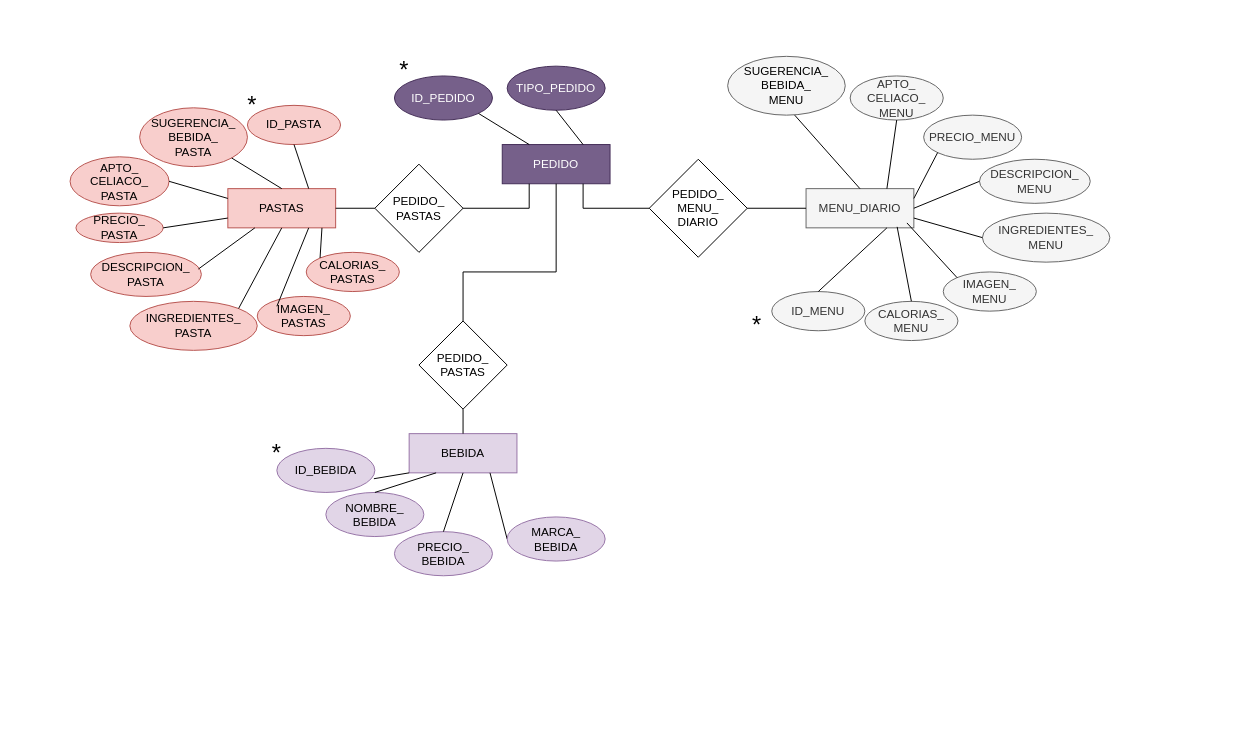
Earlier version of the draw.io diagram parcial.drawio (hachazo/db-Tp1). Source tidied: cells renumbered, new cells numbered last; positions are measured from the earlier drawing's top-left corner, leaving out a move shared by most shapes. Both pictures are drawn from the tidied source at 98%, with x=0, y=0 at pixel (70, 56).
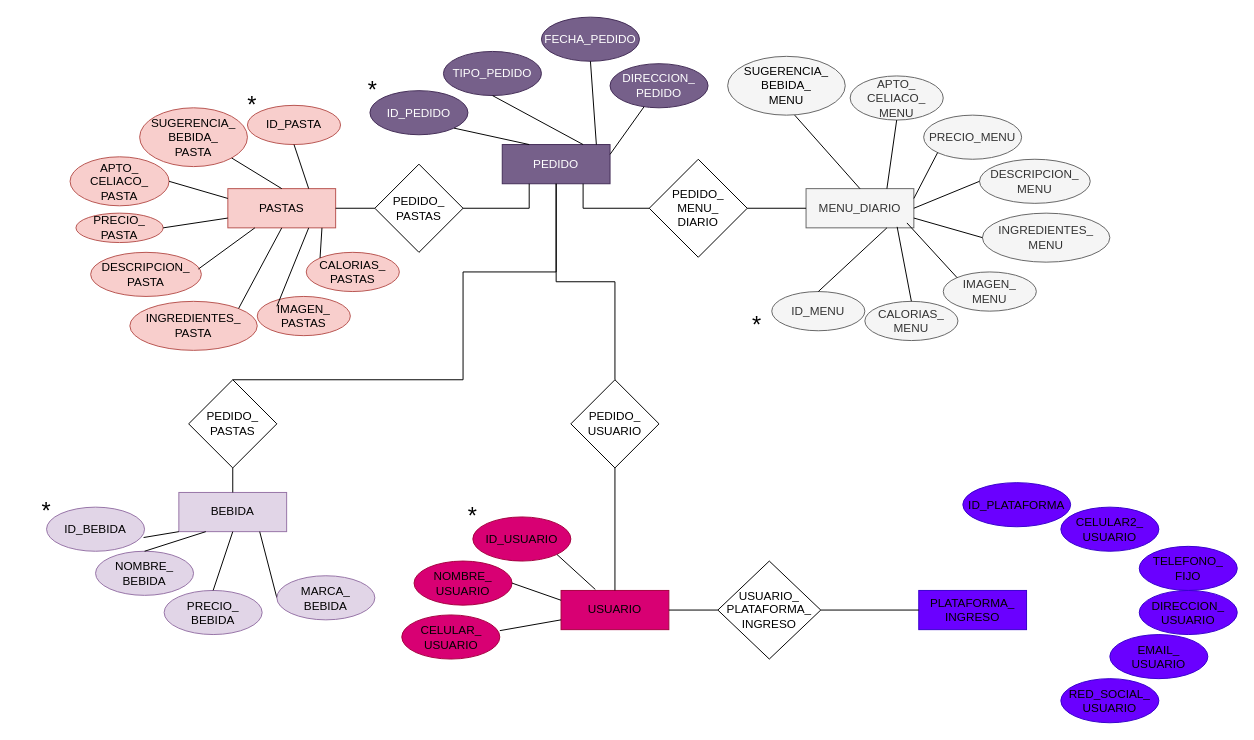
The same diagram, later.

Unchanged cells that the change refers to:
```xml
<mxCell id="2" value="PEDIDO" style="rounded=0;whiteSpace=wrap;html=1;fillColor=#76608a;fontColor=#ffffff;strokeColor=#432D57;" parent="1" vertex="1">
  <mxGeometry x="441" y="90" width="110" height="40" as="geometry" />
</mxCell>
```

The edit, as a diff of the source:
```diff
@@
     <mxCell id="3" value="ID_PEDIDO" style="ellipse;whiteSpace=wrap;html=1;fillColor=#76608a;fontColor=#ffffff;strokeColor=#432D57;" parent="1" vertex="1">
-      <mxGeometry x="331" y="20" width="100" height="45" as="geometry" />
+      <mxGeometry x="306" y="35" width="100" height="45" as="geometry" />
     </mxCell>
     <mxCell id="4" value="&lt;font style=&quot;font-size: 24px;&quot;&gt;*&lt;/font&gt;" style="text;html=1;align=center;verticalAlign=middle;whiteSpace=wrap;rounded=0;" parent="1" vertex="1">
-      <mxGeometry x="311" width="60" height="30" as="geometry" />
+      <mxGeometry x="278.5" y="20" width="60" height="30" as="geometry" />
     </mxCell>
@@
     <mxCell id="6" value="TIPO_PEDIDO" style="ellipse;whiteSpace=wrap;html=1;fillColor=#76608a;fontColor=#ffffff;strokeColor=#432D57;" parent="1" vertex="1">
-      <mxGeometry x="446" y="10" width="100" height="45" as="geometry" />
+      <mxGeometry x="381" y="-5" width="100" height="45" as="geometry" />
     </mxCell>
@@
     <mxCell id="28" value="PEDIDO_&lt;div&gt;PASTAS&lt;/div&gt;" style="rhombus;whiteSpace=wrap;html=1;" parent="1" vertex="1">
-      <mxGeometry x="356" y="270" width="90" height="90" as="geometry" />
+      <mxGeometry x="121" y="330" width="90" height="90" as="geometry" />
     </mxCell>
@@
     <mxCell id="32" value="&lt;font color=&quot;#000000&quot;&gt;ID_BEBIDA&lt;/font&gt;" style="ellipse;whiteSpace=wrap;html=1;fillColor=#e1d5e7;strokeColor=#9673a6;" parent="1" vertex="1">
-      <mxGeometry x="211" y="400" width="100" height="45" as="geometry" />
+      <mxGeometry x="-24" y="460" width="100" height="45" as="geometry" />
     </mxCell>
@@
     <mxCell id="34" value="&lt;font color=&quot;#000000&quot;&gt;BEBIDA&lt;/font&gt;" style="rounded=0;whiteSpace=wrap;html=1;fillColor=#e1d5e7;strokeColor=#9673a6;" parent="1" vertex="1">
-      <mxGeometry x="346" y="385" width="110" height="40" as="geometry" />
+      <mxGeometry x="111" y="445" width="110" height="40" as="geometry" />
     </mxCell>
@@
     <mxCell id="37" value="&lt;font style=&quot;font-size: 24px;&quot;&gt;*&lt;/font&gt;" style="text;html=1;align=center;verticalAlign=middle;whiteSpace=wrap;rounded=0;" parent="1" vertex="1">
-      <mxGeometry x="181" y="390" width="60" height="30" as="geometry" />
+      <mxGeometry x="-54" y="450" width="60" height="30" as="geometry" />
     </mxCell>
     <mxCell id="38" value="&lt;font color=&quot;#000000&quot;&gt;NOMBRE_&lt;/font&gt;&lt;div&gt;&lt;font color=&quot;#000000&quot;&gt;BEBIDA&lt;/font&gt;&lt;/div&gt;" style="ellipse;whiteSpace=wrap;html=1;fillColor=#e1d5e7;strokeColor=#9673a6;" parent="1" vertex="1">
-      <mxGeometry x="261" y="445" width="100" height="45" as="geometry" />
+      <mxGeometry x="26" y="505" width="100" height="45" as="geometry" />
     </mxCell>
     <mxCell id="39" value="&lt;font color=&quot;#000000&quot;&gt;PRECIO_&lt;/font&gt;&lt;div&gt;&lt;font color=&quot;#000000&quot;&gt;BEBIDA&lt;/font&gt;&lt;/div&gt;" style="ellipse;whiteSpace=wrap;html=1;fillColor=#e1d5e7;strokeColor=#9673a6;" parent="1" vertex="1">
-      <mxGeometry x="331" y="485" width="100" height="45" as="geometry" />
+      <mxGeometry x="96" y="545" width="100" height="45" as="geometry" />
     </mxCell>
@@
     <mxCell id="44" value="&lt;font color=&quot;#000000&quot;&gt;MARCA_&lt;/font&gt;&lt;div&gt;&lt;font color=&quot;#000000&quot;&gt;BEBIDA&lt;/font&gt;&lt;/div&gt;" style="ellipse;whiteSpace=wrap;html=1;fillColor=#e1d5e7;strokeColor=#9673a6;" parent="1" vertex="1">
-      <mxGeometry x="446" y="470" width="100" height="45" as="geometry" />
+      <mxGeometry x="211" y="530" width="100" height="45" as="geometry" />
     </mxCell>
@@
+    <mxCell id="63" value="FECHA_PEDIDO" style="ellipse;whiteSpace=wrap;html=1;fillColor=#76608a;fontColor=#ffffff;strokeColor=#432D57;" parent="1" vertex="1">
+      <mxGeometry x="481" y="-40" width="100" height="45" as="geometry" />
+    </mxCell>
+    <mxCell id="64" style="endArrow=none;html=1;rounded=0;entryX=0.5;entryY=1;entryDx=0;entryDy=0;exitX=0.873;exitY=0;exitDx=0;exitDy=0;exitPerimeter=0;" parent="1" edge="1" source="2" target="63">
+      <mxGeometry relative="1" as="geometry" />
+    </mxCell>
+    <mxCell id="65" value="PEDIDO_&lt;div&gt;USUARIO&lt;/div&gt;" style="rhombus;whiteSpace=wrap;html=1;" parent="1" vertex="1">
+      <mxGeometry x="511" y="330" width="90" height="90" as="geometry" />
+    </mxCell>
+    <mxCell id="66" value="&lt;font color=&quot;#000000&quot;&gt;USUARIO&lt;/font&gt;" style="rounded=0;whiteSpace=wrap;html=1;fillColor=#d80073;strokeColor=#A50040;fontColor=#ffffff;" parent="1" vertex="1">
+      <mxGeometry x="501" y="545" width="110" height="40" as="geometry" />
+    </mxCell>
+    <mxCell id="67" style="endArrow=none;html=1;rounded=0;entryX=0.5;entryY=1;entryDx=0;entryDy=0;exitX=0.5;exitY=0;exitDx=0;exitDy=0;" parent="1" edge="1" source="66" target="65">
+      <mxGeometry relative="1" as="geometry" />
+    </mxCell>
+    <mxCell id="68" style="endArrow=none;html=1;rounded=0;entryX=0.5;entryY=1;entryDx=0;entryDy=0;exitX=0.5;exitY=0;exitDx=0;exitDy=0;edgeStyle=orthogonalEdgeStyle;" parent="1" edge="1" source="65" target="2">
+      <mxGeometry relative="1" as="geometry" />
+    </mxCell>
+    <mxCell id="69" value="&lt;font color=&quot;#000000&quot;&gt;ID_USUARIO&lt;/font&gt;" style="ellipse;whiteSpace=wrap;html=1;fillColor=#d80073;strokeColor=#A50040;fontColor=#ffffff;" parent="1" vertex="1">
+      <mxGeometry x="411" y="470" width="100" height="45" as="geometry" />
+    </mxCell>
+    <mxCell id="70" value="&lt;font color=&quot;#000000&quot;&gt;NOMBRE_&lt;/font&gt;&lt;div&gt;&lt;font color=&quot;#000000&quot;&gt;USUARIO&lt;/font&gt;&lt;/div&gt;" style="ellipse;whiteSpace=wrap;html=1;fillColor=#d80073;strokeColor=#A50040;fontColor=#ffffff;" parent="1" vertex="1">
+      <mxGeometry x="351" y="515" width="100" height="45" as="geometry" />
+    </mxCell>
+    <mxCell id="71" value="&lt;font color=&quot;#000000&quot;&gt;CELULAR_&lt;/font&gt;&lt;div&gt;&lt;font color=&quot;#000000&quot;&gt;USUARIO&lt;/font&gt;&lt;/div&gt;" style="ellipse;whiteSpace=wrap;html=1;fillColor=#d80073;strokeColor=#A50040;fontColor=#ffffff;" parent="1" vertex="1">
+      <mxGeometry x="338.5" y="570" width="100" height="45" as="geometry" />
+    </mxCell>
+    <mxCell id="72" value="&lt;font style=&quot;font-size: 24px;&quot;&gt;*&lt;/font&gt;" style="text;html=1;align=center;verticalAlign=middle;whiteSpace=wrap;rounded=0;" parent="1" vertex="1">
+      <mxGeometry x="381" y="455" width="60" height="30" as="geometry" />
+    </mxCell>
+    <mxCell id="73" style="endArrow=none;html=1;rounded=0;exitX=1;exitY=1;exitDx=0;exitDy=0;entryX=0.318;entryY=-0.025;entryDx=0;entryDy=0;entryPerimeter=0;" parent="1" edge="1" source="69" target="66">
+      <mxGeometry relative="1" as="geometry" />
+    </mxCell>
+    <mxCell id="74" style="endArrow=none;html=1;rounded=0;exitX=1;exitY=0.5;exitDx=0;exitDy=0;entryX=0;entryY=0.25;entryDx=0;entryDy=0;" parent="1" edge="1" source="70" target="66">
+      <mxGeometry relative="1" as="geometry" />
+    </mxCell>
+    <mxCell id="75" style="endArrow=none;html=1;rounded=0;entryX=0;entryY=0.75;entryDx=0;entryDy=0;exitX=1;exitY=0.356;exitDx=0;exitDy=0;exitPerimeter=0;" parent="1" edge="1" source="71" target="66">
+      <mxGeometry relative="1" as="geometry" />
+    </mxCell>
+    <mxCell id="76" value="DIRECCION_&lt;div&gt;PEDIDO&lt;/div&gt;" style="ellipse;whiteSpace=wrap;html=1;fillColor=#76608a;fontColor=#ffffff;strokeColor=#432D57;" parent="1" vertex="1">
+      <mxGeometry x="551" y="7.5" width="100" height="45" as="geometry" />
+    </mxCell>
+    <mxCell id="77" style="endArrow=none;html=1;rounded=0;exitX=1;exitY=0.25;exitDx=0;exitDy=0;" parent="1" edge="1" source="2" target="76">
+      <mxGeometry relative="1" as="geometry" />
+    </mxCell>
+    <mxCell id="78" value="USUARIO_&lt;div&gt;PLATAFORMA_&lt;/div&gt;&lt;div&gt;INGRESO&lt;/div&gt;" style="rhombus;whiteSpace=wrap;html=1;" parent="1" vertex="1">
+      <mxGeometry x="661" y="515" width="105" height="100" as="geometry" />
+    </mxCell>
+    <mxCell id="79" style="endArrow=none;html=1;rounded=0;entryX=0;entryY=0.5;entryDx=0;entryDy=0;exitX=1;exitY=0.5;exitDx=0;exitDy=0;" parent="1" edge="1" source="66" target="78">
+      <mxGeometry relative="1" as="geometry" />
+    </mxCell>
+    <mxCell id="80" value="&lt;font color=&quot;#000000&quot;&gt;PLATAFORMA_&lt;/font&gt;&lt;div&gt;&lt;font color=&quot;#000000&quot;&gt;INGRESO&lt;/font&gt;&lt;/div&gt;" style="rounded=0;whiteSpace=wrap;html=1;fillColor=#6a00ff;strokeColor=#3700CC;fontColor=#ffffff;" parent="1" vertex="1">
+      <mxGeometry x="866" y="545" width="110" height="40" as="geometry" />
+    </mxCell>
+    <mxCell id="81" style="endArrow=none;html=1;rounded=0;entryX=0;entryY=0.5;entryDx=0;entryDy=0;exitX=1;exitY=0.5;exitDx=0;exitDy=0;" parent="1" edge="1" source="78" target="80">
+      <mxGeometry relative="1" as="geometry" />
+    </mxCell>
+    <mxCell id="82" value="&lt;font color=&quot;#000000&quot;&gt;ID_PLATAFORMA&lt;/font&gt;" style="ellipse;whiteSpace=wrap;html=1;fillColor=#6a00ff;strokeColor=#3700CC;fontColor=#ffffff;" parent="1" vertex="1">
+      <mxGeometry x="911" y="435" width="110" height="45" as="geometry" />
+    </mxCell>
+    <mxCell id="83" value="&lt;font color=&quot;#000000&quot;&gt;CELULAR2_&lt;/font&gt;&lt;div&gt;&lt;font color=&quot;#000000&quot;&gt;USUARIO&lt;/font&gt;&lt;/div&gt;" style="ellipse;whiteSpace=wrap;html=1;fillColor=#6a00ff;strokeColor=#3700CC;fontColor=#ffffff;" parent="1" vertex="1">
+      <mxGeometry x="1011" y="460" width="100" height="45" as="geometry" />
+    </mxCell>
+    <mxCell id="84" value="&lt;font color=&quot;#000000&quot;&gt;DIRECCION_&lt;/font&gt;&lt;div&gt;&lt;font color=&quot;#000000&quot;&gt;USUARIO&lt;/font&gt;&lt;/div&gt;" style="ellipse;whiteSpace=wrap;html=1;fillColor=#6a00ff;strokeColor=#3700CC;fontColor=#ffffff;" parent="1" vertex="1">
+      <mxGeometry x="1091" y="545" width="100" height="45" as="geometry" />
+    </mxCell>
+    <mxCell id="85" value="&lt;font color=&quot;#000000&quot;&gt;TELEFONO_&lt;/font&gt;&lt;div&gt;&lt;font color=&quot;#000000&quot;&gt;FIJO&lt;/font&gt;&lt;/div&gt;" style="ellipse;whiteSpace=wrap;html=1;fillColor=#6a00ff;strokeColor=#3700CC;fontColor=#ffffff;" parent="1" vertex="1">
+      <mxGeometry x="1091" y="500" width="100" height="45" as="geometry" />
+    </mxCell>
+    <mxCell id="86" value="&lt;font color=&quot;#000000&quot;&gt;EMAIL_&lt;/font&gt;&lt;div&gt;&lt;font color=&quot;#000000&quot;&gt;USUARIO&lt;/font&gt;&lt;/div&gt;" style="ellipse;whiteSpace=wrap;html=1;fillColor=#6a00ff;strokeColor=#3700CC;fontColor=#ffffff;" parent="1" vertex="1">
+      <mxGeometry x="1061" y="590" width="100" height="45" as="geometry" />
+    </mxCell>
+    <mxCell id="87" value="&lt;font color=&quot;#000000&quot;&gt;RED_SOCIAL_&lt;/font&gt;&lt;div&gt;&lt;font color=&quot;#000000&quot;&gt;USUARIO&lt;/font&gt;&lt;/div&gt;" style="ellipse;whiteSpace=wrap;html=1;fillColor=#6a00ff;strokeColor=#3700CC;fontColor=#ffffff;" parent="1" vertex="1">
+      <mxGeometry x="1011" y="635" width="100" height="45" as="geometry" />
+    </mxCell>
```
